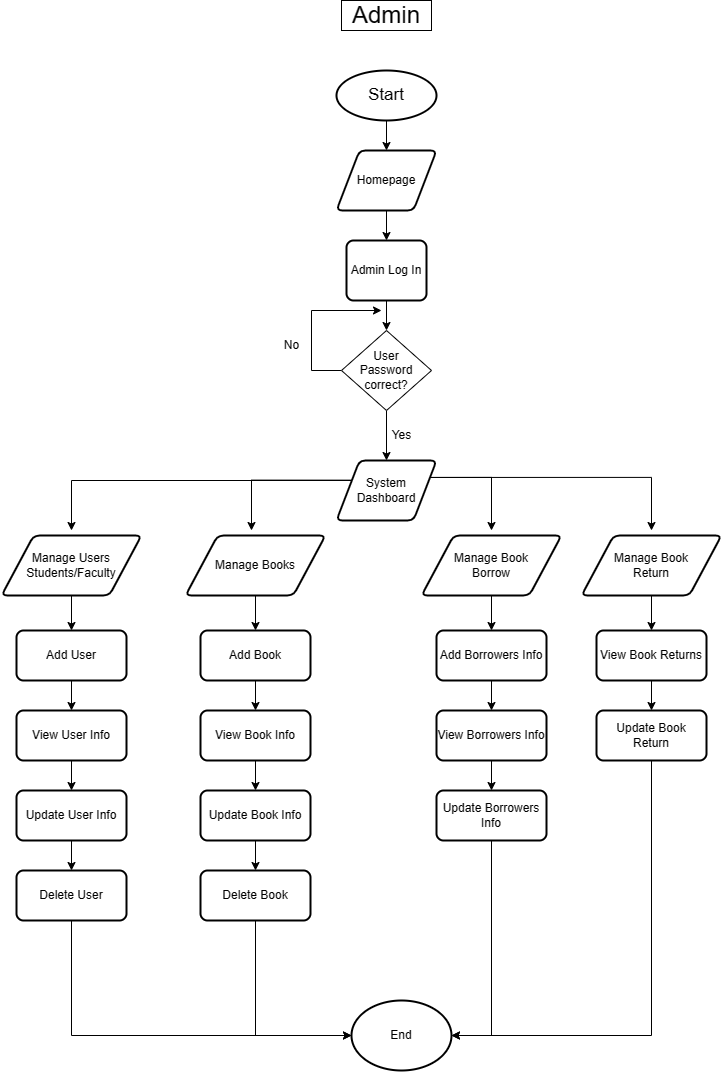
Above: Untitled Diagram.drawio.png in Jayrou12345/Flowchart (draw.io), before the change. Source tidied: cells renumbered, new cells last; positions are measured from the earlier drawing's top-left corner, leaving out a move shared by most shapes.
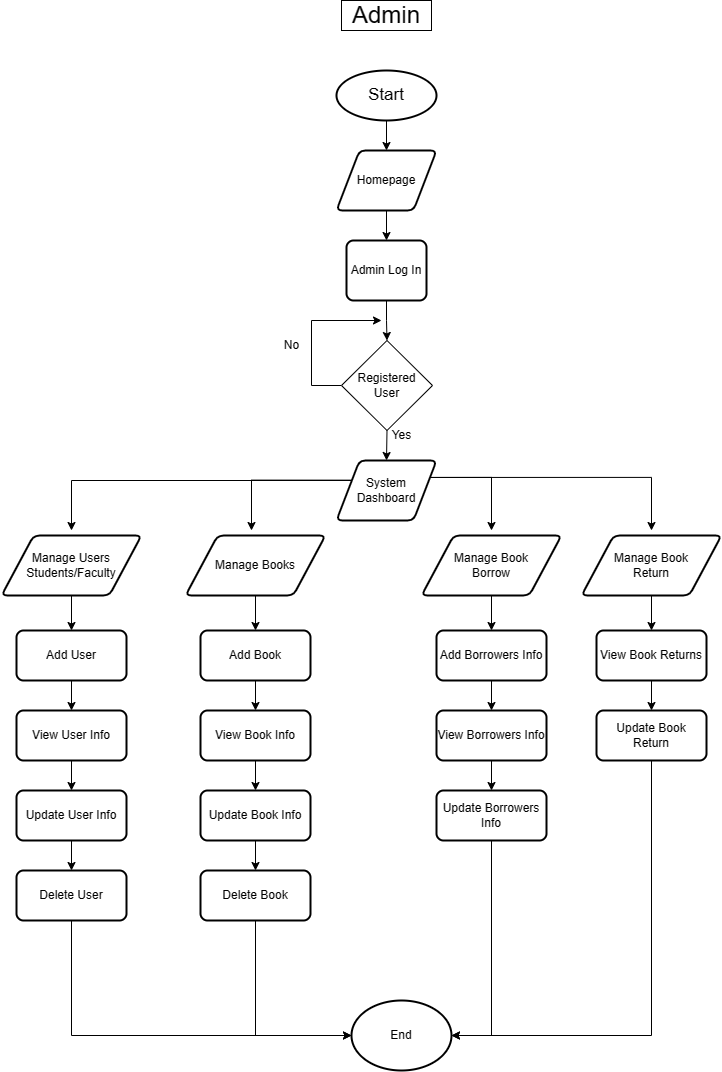
After the commit.

Diff of the diagram source:
```diff
@@ -50,19 +50,19 @@
     </mxCell>
     <mxCell id="14" style="edgeStyle=orthogonalEdgeStyle;rounded=0;jettySize=auto;html=1;exitX=0;exitY=0.5;exitDx=0;exitDy=0;" parent="1" edge="1" source="16">
       <mxGeometry relative="1" as="geometry">
-        <mxPoint x="380" y="310" as="targetPoint" />
+        <mxPoint x="380" y="320" as="targetPoint" />
         <Array as="points">
-          <mxPoint x="310" y="370" />
-          <mxPoint x="310" y="310" />
-          <mxPoint x="380" y="310" />
+          <mxPoint x="310" y="385" />
+          <mxPoint x="310" y="320" />
+          <mxPoint x="380" y="320" />
         </Array>
       </mxGeometry>
     </mxCell>
     <mxCell id="15" style="edgeStyle=orthogonalEdgeStyle;rounded=0;jettySize=auto;html=1;exitX=0.5;exitY=1;exitDx=0;exitDy=0;entryX=0.5;entryY=0;entryDx=0;entryDy=0;" parent="1" edge="1" source="16" target="21">
       <mxGeometry relative="1" as="geometry" />
     </mxCell>
-    <mxCell id="16" value="User&lt;br&gt;Password&lt;br&gt;correct?" style="rhombus;whiteSpace=wrap;html=1;" parent="1" vertex="1">
-      <mxGeometry x="340" y="330" width="90" height="80" as="geometry" />
+    <mxCell id="16" value="Registered&lt;br&gt;User" style="rhombus;whiteSpace=wrap;html=1;" parent="1" vertex="1">
+      <mxGeometry x="340" y="340" width="91" height="90" as="geometry" />
     </mxCell>
     <mxCell id="17" style="edgeStyle=orthogonalEdgeStyle;rounded=0;jettySize=auto;html=1;" parent="1" edge="1" source="21">
       <mxGeometry relative="1" as="geometry">
```
